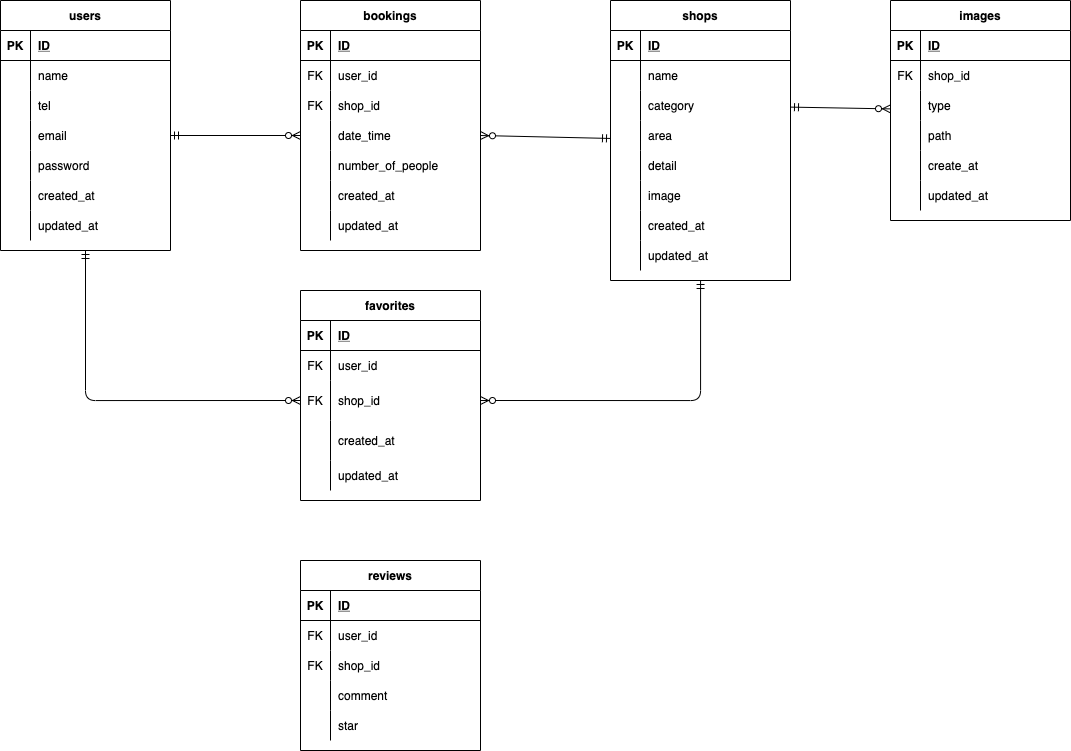
This is rese.drawio.png from yskikuchi/resepj, a draw.io export, as it was before one commit. Source tidied: cells renumbered, new cells last; positions are measured from the earlier drawing's top-left corner, leaving out a move shared by most shapes.
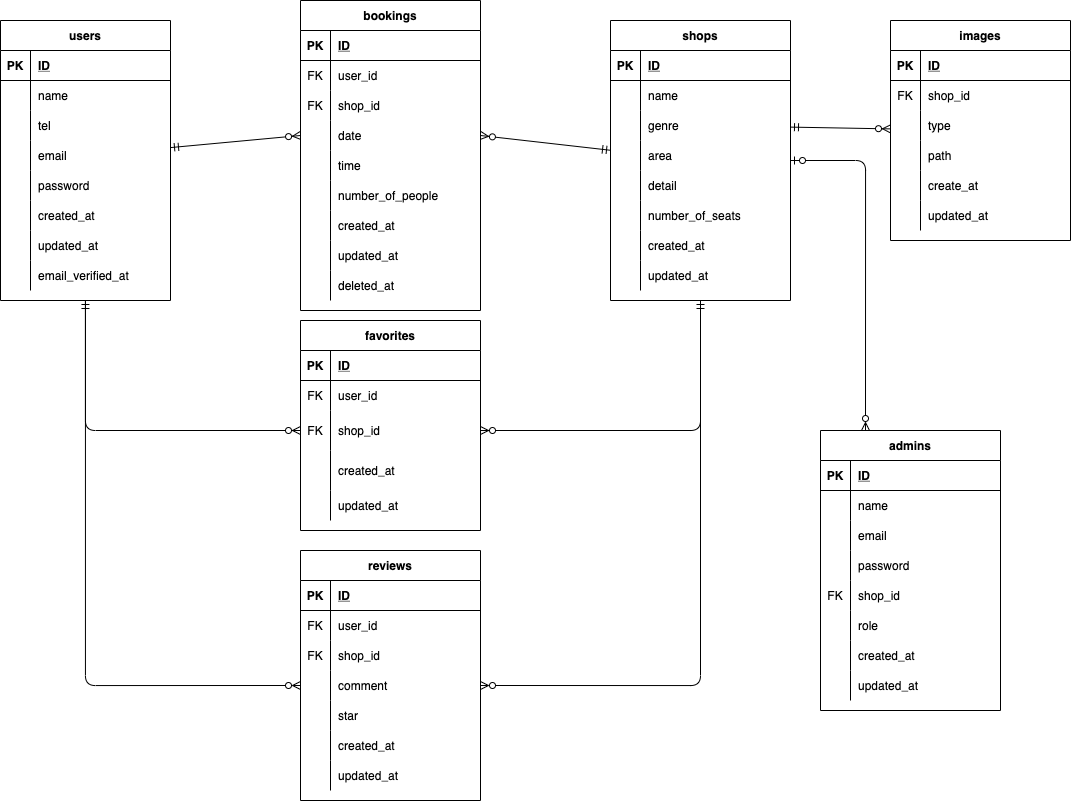
The same diagram one commit later.

The edit, as a diff of the source:
```diff
@@ -5,8 +5,11 @@
     <mxCell id="2" style="edgeStyle=orthogonalEdgeStyle;html=1;entryX=0;entryY=0.5;entryDx=0;entryDy=0;startArrow=ERmandOne;startFill=0;endArrow=ERzeroToMany;endFill=1;" parent="1" edge="1" source="3" target="81">
       <mxGeometry relative="1" as="geometry" />
     </mxCell>
+    <mxCell id="127" style="edgeStyle=orthogonalEdgeStyle;html=1;entryX=0;entryY=0.5;entryDx=0;entryDy=0;endArrow=ERzeroToMany;endFill=0;" parent="1" edge="1" source="3" target="121">
+      <mxGeometry relative="1" as="geometry" />
+    </mxCell>
     <mxCell id="3" value="users" style="shape=table;startSize=30;rowLines=0;fontStyle=1;align=center;" parent="1" vertex="1">
-      <mxGeometry width="170" height="250" as="geometry" />
+      <mxGeometry width="170" height="280" as="geometry" />
     </mxCell>
     <mxCell id="4" style="shape=partialRectangle;fillColor=none;top=0;left=0;bottom=1;right=0;" parent="3" vertex="1">
       <mxGeometry y="30" width="170" height="30" as="geometry" />
@@ -71,12 +74,27 @@
     <mxCell id="24" value="updated_at" style="shape=partialRectangle;fillColor=none;top=0;left=0;bottom=0;right=0;align=left;spacingLeft=6;overflow=hidden;" parent="22" vertex="1">
       <mxGeometry x="30" width="140" height="30" as="geometry" />
     </mxCell>
+    <mxCell id="128" style="shape=partialRectangle;fillColor=none;top=0;left=0;bottom=0;right=0;" parent="3" vertex="1">
+      <mxGeometry y="240" width="170" height="30" as="geometry" />
+    </mxCell>
+    <mxCell id="129" style="shape=partialRectangle;fillColor=none;top=0;left=0;bottom=0;right=0;overflow=hidden;" parent="128" vertex="1">
+      <mxGeometry width="30" height="30" as="geometry" />
+    </mxCell>
+    <mxCell id="130" value="email_verified_at" style="shape=partialRectangle;fillColor=none;top=0;left=0;bottom=0;right=0;align=left;spacingLeft=6;overflow=hidden;" parent="128" vertex="1">
+      <mxGeometry x="30" width="140" height="30" as="geometry" />
+    </mxCell>
     <mxCell id="25" style="edgeStyle=none;html=1;entryX=1;entryY=0.5;entryDx=0;entryDy=0;startArrow=ERmandOne;startFill=0;endArrow=ERzeroToMany;endFill=1;" parent="1" edge="1" source="27" target="62">
       <mxGeometry relative="1" as="geometry" />
     </mxCell>
     <mxCell id="26" style="edgeStyle=orthogonalEdgeStyle;html=1;entryX=1;entryY=0.5;entryDx=0;entryDy=0;startArrow=ERmandOne;startFill=0;endArrow=ERzeroToMany;endFill=1;" parent="1" edge="1" source="27" target="81">
       <mxGeometry relative="1" as="geometry" />
     </mxCell>
+    <mxCell id="131" style="edgeStyle=orthogonalEdgeStyle;html=1;entryX=1;entryY=0.5;entryDx=0;entryDy=0;endArrow=ERzeroToMany;endFill=0;" parent="1" edge="1" source="27" target="121">
+      <mxGeometry relative="1" as="geometry" />
+    </mxCell>
+    <mxCell id="132" style="edgeStyle=orthogonalEdgeStyle;html=1;entryX=0.25;entryY=0;entryDx=0;entryDy=0;endArrow=ERzeroToMany;endFill=0;startArrow=ERzeroToOne;startFill=0;" parent="1" edge="1" source="27" target="145">
+      <mxGeometry relative="1" as="geometry" />
+    </mxCell>
     <mxCell id="27" value="shops" style="shape=table;startSize=30;rowLines=0;fontStyle=1;align=center;" parent="1" vertex="1">
       <mxGeometry x="610" width="180" height="280" as="geometry" />
     </mxCell>
@@ -104,7 +122,7 @@
     <mxCell id="35" style="shape=partialRectangle;fillColor=none;top=0;left=0;bottom=0;right=0;overflow=hidden;" parent="34" vertex="1">
       <mxGeometry width="30" height="30" as="geometry" />
     </mxCell>
-    <mxCell id="36" value="category" style="shape=partialRectangle;fillColor=none;top=0;left=0;bottom=0;right=0;align=left;spacingLeft=6;overflow=hidden;" parent="34" vertex="1">
+    <mxCell id="36" value="genre" style="shape=partialRectangle;fillColor=none;top=0;left=0;bottom=0;right=0;align=left;spacingLeft=6;overflow=hidden;" parent="34" vertex="1">
       <mxGeometry x="30" width="150" height="30" as="geometry" />
     </mxCell>
     <mxCell id="37" style="shape=partialRectangle;fillColor=none;top=0;left=0;bottom=0;right=0;" parent="27" vertex="1">
@@ -131,7 +149,7 @@
     <mxCell id="44" style="shape=partialRectangle;fillColor=none;top=0;left=0;bottom=0;right=0;overflow=hidden;" parent="43" vertex="1">
       <mxGeometry width="30" height="30" as="geometry" />
     </mxCell>
-    <mxCell id="45" value="image" style="shape=partialRectangle;fillColor=none;top=0;left=0;bottom=0;right=0;align=left;spacingLeft=6;overflow=hidden;" parent="43" vertex="1">
+    <mxCell id="45" value="number_of_seats" style="shape=partialRectangle;fillColor=none;top=0;left=0;bottom=0;right=0;align=left;spacingLeft=6;overflow=hidden;" parent="43" vertex="1">
       <mxGeometry x="30" width="150" height="30" as="geometry" />
     </mxCell>
     <mxCell id="46" style="shape=partialRectangle;fillColor=none;top=0;left=0;bottom=0;right=0;" parent="27" vertex="1">
@@ -153,7 +171,7 @@
       <mxGeometry x="30" width="150" height="30" as="geometry" />
     </mxCell>
     <mxCell id="52" value="bookings" style="shape=table;startSize=30;rowLines=0;fontStyle=1;align=center;" parent="1" vertex="1">
-      <mxGeometry x="300" width="180" height="250" as="geometry" />
+      <mxGeometry x="300" y="-20" width="180" height="310" as="geometry" />
     </mxCell>
     <mxCell id="53" style="shape=partialRectangle;fillColor=none;top=0;left=0;bottom=1;right=0;" parent="52" vertex="1">
       <mxGeometry y="30" width="180" height="30" as="geometry" />
@@ -188,7 +206,7 @@
     <mxCell id="63" style="shape=partialRectangle;fillColor=none;top=0;left=0;bottom=0;right=0;overflow=hidden;" parent="62" vertex="1">
       <mxGeometry width="30" height="30" as="geometry" />
     </mxCell>
-    <mxCell id="64" value="date_time" style="shape=partialRectangle;fillColor=none;top=0;left=0;bottom=0;right=0;align=left;spacingLeft=6;overflow=hidden;" parent="62" vertex="1">
+    <mxCell id="64" value="date" style="shape=partialRectangle;fillColor=none;top=0;left=0;bottom=0;right=0;align=left;spacingLeft=6;overflow=hidden;" parent="62" vertex="1">
       <mxGeometry x="30" width="150" height="30" as="geometry" />
     </mxCell>
     <mxCell id="65" style="shape=partialRectangle;fillColor=none;top=0;left=0;bottom=0;right=0;" parent="52" vertex="1">
@@ -197,7 +215,7 @@
     <mxCell id="66" style="shape=partialRectangle;fillColor=none;top=0;left=0;bottom=0;right=0;overflow=hidden;" parent="65" vertex="1">
       <mxGeometry width="30" height="30" as="geometry" />
     </mxCell>
-    <mxCell id="67" value="number_of_people" style="shape=partialRectangle;fillColor=none;top=0;left=0;bottom=0;right=0;align=left;spacingLeft=6;overflow=hidden;" parent="65" vertex="1">
+    <mxCell id="67" value="time" style="shape=partialRectangle;fillColor=none;top=0;left=0;bottom=0;right=0;align=left;spacingLeft=6;overflow=hidden;" parent="65" vertex="1">
       <mxGeometry x="30" width="150" height="30" as="geometry" />
     </mxCell>
     <mxCell id="68" style="shape=partialRectangle;fillColor=none;top=0;left=0;bottom=0;right=0;" parent="52" vertex="1">
@@ -206,7 +224,7 @@
     <mxCell id="69" style="shape=partialRectangle;fillColor=none;top=0;left=0;bottom=0;right=0;overflow=hidden;" parent="68" vertex="1">
       <mxGeometry width="30" height="30" as="geometry" />
     </mxCell>
-    <mxCell id="70" value="created_at" style="shape=partialRectangle;fillColor=none;top=0;left=0;bottom=0;right=0;align=left;spacingLeft=6;overflow=hidden;" parent="68" vertex="1">
+    <mxCell id="70" value="number_of_people" style="shape=partialRectangle;fillColor=none;top=0;left=0;bottom=0;right=0;align=left;spacingLeft=6;overflow=hidden;" parent="68" vertex="1">
       <mxGeometry x="30" width="150" height="30" as="geometry" />
     </mxCell>
     <mxCell id="71" style="shape=partialRectangle;fillColor=none;top=0;left=0;bottom=0;right=0;" parent="52" vertex="1">
@@ -215,11 +233,29 @@
     <mxCell id="72" style="shape=partialRectangle;fillColor=none;top=0;left=0;bottom=0;right=0;overflow=hidden;" parent="71" vertex="1">
       <mxGeometry width="30" height="30" as="geometry" />
     </mxCell>
-    <mxCell id="73" value="updated_at" style="shape=partialRectangle;fillColor=none;top=0;left=0;bottom=0;right=0;align=left;spacingLeft=6;overflow=hidden;" parent="71" vertex="1">
+    <mxCell id="73" value="created_at" style="shape=partialRectangle;fillColor=none;top=0;left=0;bottom=0;right=0;align=left;spacingLeft=6;overflow=hidden;" parent="71" vertex="1">
       <mxGeometry x="30" width="150" height="30" as="geometry" />
     </mxCell>
+    <mxCell id="133" style="shape=partialRectangle;fillColor=none;top=0;left=0;bottom=0;right=0;" parent="52" vertex="1">
+      <mxGeometry y="240" width="180" height="30" as="geometry" />
+    </mxCell>
+    <mxCell id="134" style="shape=partialRectangle;fillColor=none;top=0;left=0;bottom=0;right=0;overflow=hidden;" parent="133" vertex="1">
+      <mxGeometry width="30" height="30" as="geometry" />
+    </mxCell>
+    <mxCell id="135" value="updated_at" style="shape=partialRectangle;fillColor=none;top=0;left=0;bottom=0;right=0;align=left;spacingLeft=6;overflow=hidden;" parent="133" vertex="1">
+      <mxGeometry x="30" width="150" height="30" as="geometry" />
+    </mxCell>
+    <mxCell id="136" style="shape=partialRectangle;fillColor=none;top=0;left=0;bottom=0;right=0;" parent="52" vertex="1">
+      <mxGeometry y="270" width="180" height="30" as="geometry" />
+    </mxCell>
+    <mxCell id="137" style="shape=partialRectangle;fillColor=none;top=0;left=0;bottom=0;right=0;overflow=hidden;" parent="136" vertex="1">
+      <mxGeometry width="30" height="30" as="geometry" />
+    </mxCell>
+    <mxCell id="138" value="deleted_at" style="shape=partialRectangle;fillColor=none;top=0;left=0;bottom=0;right=0;align=left;spacingLeft=6;overflow=hidden;" parent="136" vertex="1">
+      <mxGeometry x="30" width="150" height="30" as="geometry" />
+    </mxCell>
     <mxCell id="74" value="favorites" style="shape=table;startSize=30;rowLines=0;fontStyle=1;align=center;" parent="1" vertex="1">
-      <mxGeometry x="300" y="290" width="180" height="210" as="geometry" />
+      <mxGeometry x="300" y="300" width="180" height="210" as="geometry" />
     </mxCell>
     <mxCell id="75" style="shape=partialRectangle;fillColor=none;top=0;left=0;bottom=1;right=0;" parent="74" vertex="1">
       <mxGeometry y="30" width="180" height="30" as="geometry" />
@@ -330,7 +366,7 @@
       <mxGeometry x="30" width="150" height="30" as="geometry" />
     </mxCell>
     <mxCell id="111" value="reviews" style="shape=table;startSize=30;rowLines=0;fontStyle=1;align=center;" parent="1" vertex="1">
-      <mxGeometry x="300" y="560" width="180" height="190" as="geometry" />
+      <mxGeometry x="300" y="530" width="180" height="250" as="geometry" />
     </mxCell>
     <mxCell id="112" style="shape=partialRectangle;fillColor=none;top=0;left=0;bottom=1;right=0;" parent="111" vertex="1">
       <mxGeometry y="30" width="180" height="30" as="geometry" />
@@ -377,5 +413,98 @@
     <mxCell id="126" value="star" style="shape=partialRectangle;fillColor=none;top=0;left=0;bottom=0;right=0;align=left;spacingLeft=6;overflow=hidden;" parent="124" vertex="1">
       <mxGeometry x="30" width="150" height="30" as="geometry" />
     </mxCell>
+    <mxCell id="139" style="shape=partialRectangle;fillColor=none;top=0;left=0;bottom=0;right=0;" parent="111" vertex="1">
+      <mxGeometry y="180" width="180" height="30" as="geometry" />
+    </mxCell>
+    <mxCell id="140" style="shape=partialRectangle;fillColor=none;top=0;left=0;bottom=0;right=0;overflow=hidden;" parent="139" vertex="1">
+      <mxGeometry width="30" height="30" as="geometry" />
+    </mxCell>
+    <mxCell id="141" value="created_at" style="shape=partialRectangle;fillColor=none;top=0;left=0;bottom=0;right=0;align=left;spacingLeft=6;overflow=hidden;" parent="139" vertex="1">
+      <mxGeometry x="30" width="150" height="30" as="geometry" />
+    </mxCell>
+    <mxCell id="142" style="shape=partialRectangle;fillColor=none;top=0;left=0;bottom=0;right=0;" parent="111" vertex="1">
+      <mxGeometry y="210" width="180" height="30" as="geometry" />
+    </mxCell>
+    <mxCell id="143" style="shape=partialRectangle;fillColor=none;top=0;left=0;bottom=0;right=0;overflow=hidden;" parent="142" vertex="1">
+      <mxGeometry width="30" height="30" as="geometry" />
+    </mxCell>
+    <mxCell id="144" value="updated_at" style="shape=partialRectangle;fillColor=none;top=0;left=0;bottom=0;right=0;align=left;spacingLeft=6;overflow=hidden;" parent="142" vertex="1">
+      <mxGeometry x="30" width="150" height="30" as="geometry" />
+    </mxCell>
+    <mxCell id="145" value="admins" style="shape=table;startSize=30;rowLines=0;fontStyle=1;align=center;" parent="1" vertex="1">
+      <mxGeometry x="820" y="410" width="180" height="280" as="geometry" />
+    </mxCell>
+    <mxCell id="146" style="shape=partialRectangle;fillColor=none;top=0;left=0;bottom=1;right=0;" parent="145" vertex="1">
+      <mxGeometry y="30" width="180" height="30" as="geometry" />
+    </mxCell>
+    <mxCell id="147" value="PK" style="shape=partialRectangle;fillColor=none;top=0;left=0;bottom=0;right=0;fontStyle=1;overflow=hidden;" parent="146" vertex="1">
+      <mxGeometry width="30" height="30" as="geometry" />
+    </mxCell>
+    <mxCell id="148" value="ID" style="shape=partialRectangle;fillColor=none;top=0;left=0;bottom=0;right=0;align=left;spacingLeft=6;fontStyle=5;overflow=hidden;" parent="146" vertex="1">
+      <mxGeometry x="30" width="150" height="30" as="geometry" />
+    </mxCell>
+    <mxCell id="149" style="shape=partialRectangle;fillColor=none;top=0;left=0;bottom=0;right=0;" parent="145" vertex="1">
+      <mxGeometry y="60" width="180" height="30" as="geometry" />
+    </mxCell>
+    <mxCell id="150" style="shape=partialRectangle;fillColor=none;top=0;left=0;bottom=0;right=0;overflow=hidden;" parent="149" vertex="1">
+      <mxGeometry width="30" height="30" as="geometry" />
+    </mxCell>
+    <mxCell id="151" value="name" style="shape=partialRectangle;fillColor=none;top=0;left=0;bottom=0;right=0;align=left;spacingLeft=6;overflow=hidden;" parent="149" vertex="1">
+      <mxGeometry x="30" width="150" height="30" as="geometry" />
+    </mxCell>
+    <mxCell id="152" style="shape=partialRectangle;fillColor=none;top=0;left=0;bottom=0;right=0;" parent="145" vertex="1">
+      <mxGeometry y="90" width="180" height="30" as="geometry" />
+    </mxCell>
+    <mxCell id="153" style="shape=partialRectangle;fillColor=none;top=0;left=0;bottom=0;right=0;overflow=hidden;" parent="152" vertex="1">
+      <mxGeometry width="30" height="30" as="geometry" />
+    </mxCell>
+    <mxCell id="154" value="email" style="shape=partialRectangle;fillColor=none;top=0;left=0;bottom=0;right=0;align=left;spacingLeft=6;overflow=hidden;" parent="152" vertex="1">
+      <mxGeometry x="30" width="150" height="30" as="geometry" />
+    </mxCell>
+    <mxCell id="155" style="shape=partialRectangle;fillColor=none;top=0;left=0;bottom=0;right=0;" parent="145" vertex="1">
+      <mxGeometry y="120" width="180" height="30" as="geometry" />
+    </mxCell>
+    <mxCell id="156" style="shape=partialRectangle;fillColor=none;top=0;left=0;bottom=0;right=0;overflow=hidden;" parent="155" vertex="1">
+      <mxGeometry width="30" height="30" as="geometry" />
+    </mxCell>
+    <mxCell id="157" value="password" style="shape=partialRectangle;fillColor=none;top=0;left=0;bottom=0;right=0;align=left;spacingLeft=6;overflow=hidden;" parent="155" vertex="1">
+      <mxGeometry x="30" width="150" height="30" as="geometry" />
+    </mxCell>
+    <mxCell id="158" style="shape=partialRectangle;fillColor=none;top=0;left=0;bottom=0;right=0;" parent="145" vertex="1">
+      <mxGeometry y="150" width="180" height="30" as="geometry" />
+    </mxCell>
+    <mxCell id="159" value="FK" style="shape=partialRectangle;fillColor=none;top=0;left=0;bottom=0;right=0;overflow=hidden;" parent="158" vertex="1">
+      <mxGeometry width="30" height="30" as="geometry" />
+    </mxCell>
+    <mxCell id="160" value="shop_id" style="shape=partialRectangle;fillColor=none;top=0;left=0;bottom=0;right=0;align=left;spacingLeft=6;overflow=hidden;" parent="158" vertex="1">
+      <mxGeometry x="30" width="150" height="30" as="geometry" />
+    </mxCell>
+    <mxCell id="161" style="shape=partialRectangle;fillColor=none;top=0;left=0;bottom=0;right=0;" parent="145" vertex="1">
+      <mxGeometry y="180" width="180" height="30" as="geometry" />
+    </mxCell>
+    <mxCell id="162" style="shape=partialRectangle;fillColor=none;top=0;left=0;bottom=0;right=0;overflow=hidden;" parent="161" vertex="1">
+      <mxGeometry width="30" height="30" as="geometry" />
+    </mxCell>
+    <mxCell id="163" value="role" style="shape=partialRectangle;fillColor=none;top=0;left=0;bottom=0;right=0;align=left;spacingLeft=6;overflow=hidden;" parent="161" vertex="1">
+      <mxGeometry x="30" width="150" height="30" as="geometry" />
+    </mxCell>
+    <mxCell id="164" style="shape=partialRectangle;fillColor=none;top=0;left=0;bottom=0;right=0;" parent="145" vertex="1">
+      <mxGeometry y="210" width="180" height="30" as="geometry" />
+    </mxCell>
+    <mxCell id="165" style="shape=partialRectangle;fillColor=none;top=0;left=0;bottom=0;right=0;overflow=hidden;" parent="164" vertex="1">
+      <mxGeometry width="30" height="30" as="geometry" />
+    </mxCell>
+    <mxCell id="166" value="created_at" style="shape=partialRectangle;fillColor=none;top=0;left=0;bottom=0;right=0;align=left;spacingLeft=6;overflow=hidden;" parent="164" vertex="1">
+      <mxGeometry x="30" width="150" height="30" as="geometry" />
+    </mxCell>
+    <mxCell id="167" style="shape=partialRectangle;fillColor=none;top=0;left=0;bottom=0;right=0;" parent="145" vertex="1">
+      <mxGeometry y="240" width="180" height="30" as="geometry" />
+    </mxCell>
+    <mxCell id="168" style="shape=partialRectangle;fillColor=none;top=0;left=0;bottom=0;right=0;overflow=hidden;" parent="167" vertex="1">
+      <mxGeometry width="30" height="30" as="geometry" />
+    </mxCell>
+    <mxCell id="169" value="updated_at" style="shape=partialRectangle;fillColor=none;top=0;left=0;bottom=0;right=0;align=left;spacingLeft=6;overflow=hidden;" parent="167" vertex="1">
+      <mxGeometry x="30" width="150" height="30" as="geometry" />
+    </mxCell>
   </root>
 </mxGraphModel>
```
